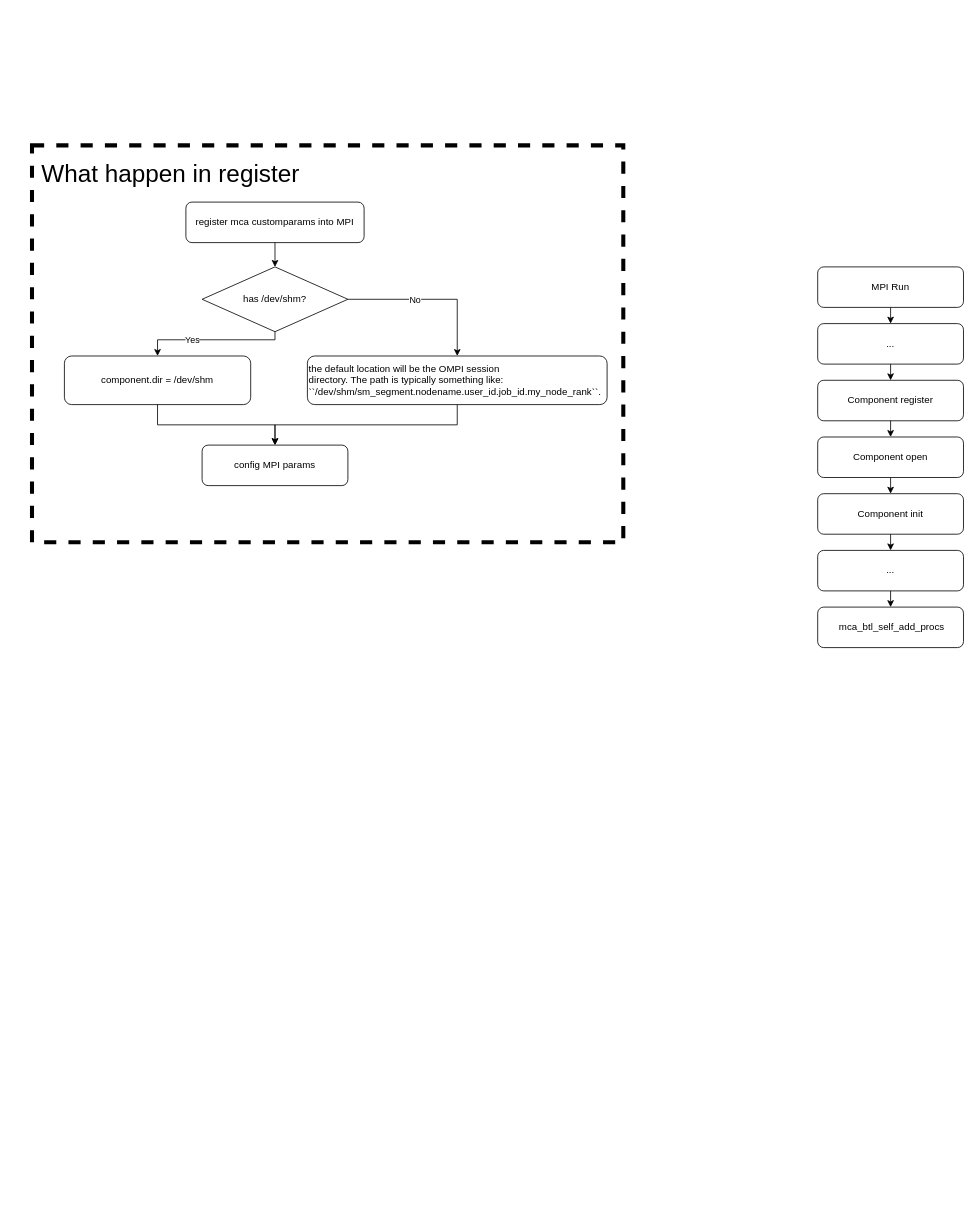
Troyself/img-design-draw-io keeps this draw.io diagram as ompi/sm-component-flow.drawio. Above is the earlier version. Source tidied: cells renumbered, new cells numbered last; positions are measured from the earlier drawing's top-left corner, leaving out a move shared by most shapes. Both pictures are drawn from the tidied source at 81%, with x=0, y=0 at pixel (32, 145).
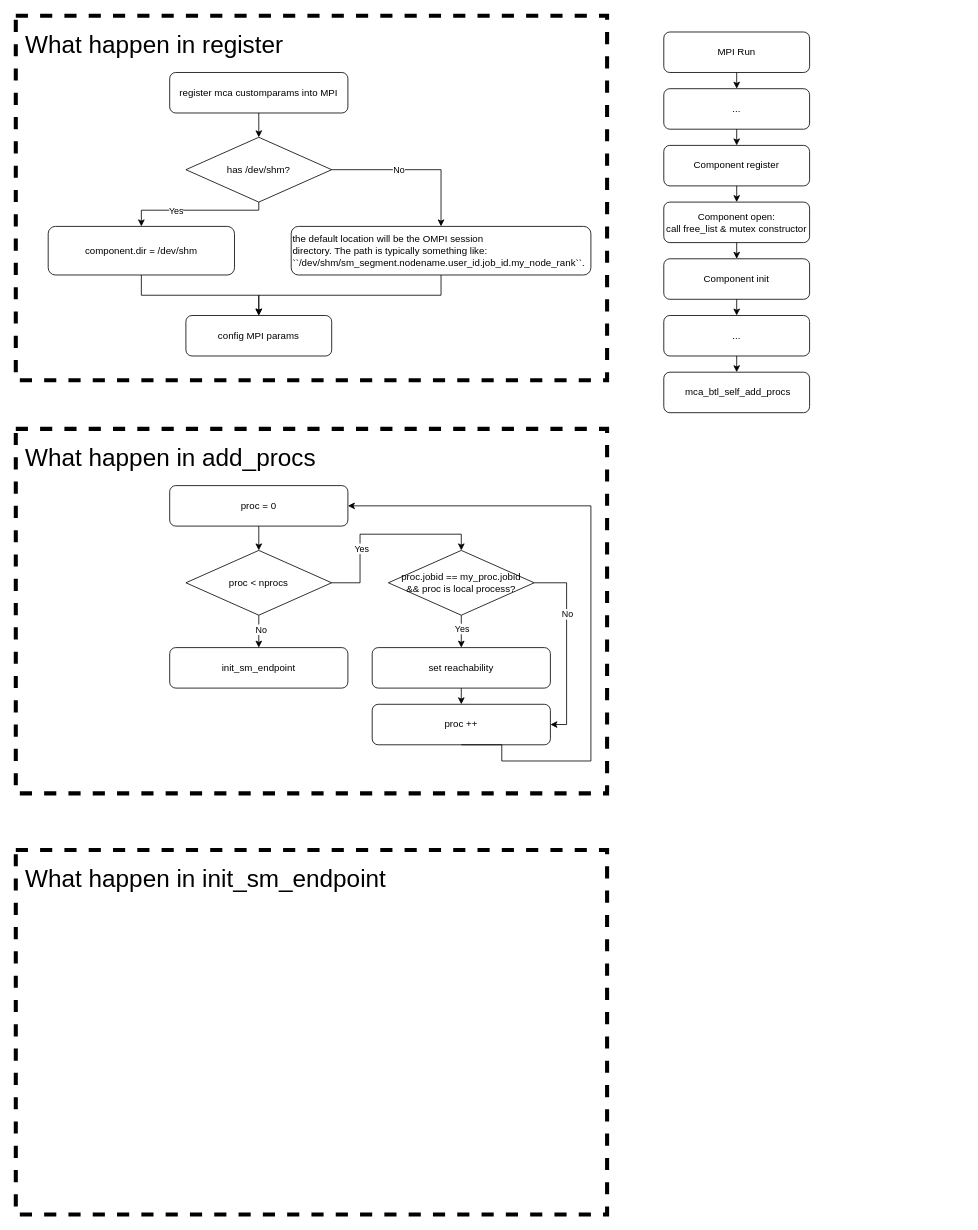
After the change.

The edit, as a diff of the source:
```diff
@@
+    <mxCell id="29" style="rounded=0;whiteSpace=wrap;html=1;fillColor=none;dashed=1;strokeWidth=5;" parent="1" vertex="1">
+      <mxGeometry x="-20" y="350" width="730" height="450" as="geometry" />
+    </mxCell>
     <mxCell id="2" style="rounded=0;whiteSpace=wrap;html=1;fillColor=none;dashed=1;strokeWidth=5;" parent="1" vertex="1">
-      <mxGeometry width="730" height="490" as="geometry" />
+      <mxGeometry x="-20" y="-160" width="730" height="450" as="geometry" />
     </mxCell>
@@
     <mxCell id="4" value="MPI Run" style="rounded=1;whiteSpace=wrap;html=1;fillColor=none;" parent="1" vertex="1">
-      <mxGeometry x="970" y="150" width="180" height="50" as="geometry" />
+      <mxGeometry x="780" y="-140" width="180" height="50" as="geometry" />
     </mxCell>
@@
     <mxCell id="6" value="..." style="rounded=1;whiteSpace=wrap;html=1;fillColor=none;" parent="1" vertex="1">
-      <mxGeometry x="970" y="220" width="180" height="50" as="geometry" />
+      <mxGeometry x="780" y="-70" width="180" height="50" as="geometry" />
     </mxCell>
@@
     <mxCell id="8" value="Component register" style="rounded=1;whiteSpace=wrap;html=1;fillColor=none;" parent="1" vertex="1">
-      <mxGeometry x="970" y="290" width="180" height="50" as="geometry" />
+      <mxGeometry x="780" width="180" height="50" as="geometry" />
     </mxCell>
@@
-    <mxCell id="10" value="Component open" style="rounded=1;whiteSpace=wrap;html=1;fillColor=none;" parent="1" vertex="1">
-      <mxGeometry x="970" y="360" width="180" height="50" as="geometry" />
+    <mxCell id="10" value="Component open:&lt;div&gt;call free_list &amp;amp; mutex constructor&lt;/div&gt;" style="rounded=1;whiteSpace=wrap;html=1;fillColor=none;" parent="1" vertex="1">
+      <mxGeometry x="780" y="70" width="180" height="50" as="geometry" />
     </mxCell>
@@
     <mxCell id="12" value="Component init" style="rounded=1;whiteSpace=wrap;html=1;fillColor=none;" parent="1" vertex="1">
-      <mxGeometry x="970" y="430" width="180" height="50" as="geometry" />
+      <mxGeometry x="780" y="140" width="180" height="50" as="geometry" />
     </mxCell>
@@
     <mxCell id="14" value="..." style="rounded=1;whiteSpace=wrap;html=1;fillColor=none;" parent="1" vertex="1">
-      <mxGeometry x="970" y="500" width="180" height="50" as="geometry" />
+      <mxGeometry x="780" y="210" width="180" height="50" as="geometry" />
     </mxCell>
     <mxCell id="15" value="&amp;nbsp;mca_btl_self_add_procs" style="rounded=1;whiteSpace=wrap;html=1;fillColor=none;" parent="1" vertex="1">
-      <mxGeometry x="970" y="570" width="180" height="50" as="geometry" />
+      <mxGeometry x="780" y="280" width="180" height="50" as="geometry" />
     </mxCell>
@@
     <mxCell id="17" value="register mca customparams into MPI" style="rounded=1;whiteSpace=wrap;html=1;fillColor=none;" parent="1" vertex="1">
-      <mxGeometry x="190" y="70" width="220" height="50" as="geometry" />
+      <mxGeometry x="170" y="-90" width="220" height="50" as="geometry" />
     </mxCell>
     <mxCell id="18" style="edgeStyle=orthogonalEdgeStyle;rounded=0;jettySize=auto;html=1;exitX=0.5;exitY=1;exitDx=0;exitDy=0;" parent="1" edge="1" source="22" target="24">
       <mxGeometry relative="1" as="geometry">
         <Array as="points">
-          <mxPoint x="300" y="240" />
-          <mxPoint x="155" y="240" />
+          <mxPoint x="280" y="80" />
+          <mxPoint x="135" y="80" />
         </Array>
       </mxGeometry>
     </mxCell>
@@
     <mxCell id="22" value="has /dev/shm?" style="rhombus;whiteSpace=wrap;html=1;" parent="1" vertex="1">
-      <mxGeometry x="210" y="150" width="180" height="80" as="geometry" />
+      <mxGeometry x="190" y="-10" width="180" height="80" as="geometry" />
     </mxCell>
@@
     <mxCell id="24" value="component.dir = /dev/shm" style="rounded=1;whiteSpace=wrap;html=1;fillColor=none;" parent="1" vertex="1">
-      <mxGeometry x="40" y="260" width="230" height="60" as="geometry" />
+      <mxGeometry x="20" y="100" width="230" height="60" as="geometry" />
     </mxCell>
@@
     <mxCell id="26" value="&lt;div&gt;&lt;span style=&quot;background-color: transparent; color: light-dark(rgb(0, 0, 0), rgb(255, 255, 255));&quot;&gt;the default location will be the OMPI session&lt;/span&gt;&lt;/div&gt;&lt;div style=&quot;&quot;&gt;directory. The path is typically something like:&lt;/div&gt;&lt;div&gt;``/dev/shm/sm_segment.nodename.user_id.job_id.my_node_rank``.&lt;/div&gt;" style="rounded=1;whiteSpace=wrap;html=1;fillColor=none;align=left;" parent="1" vertex="1">
-      <mxGeometry x="340" y="260" width="370" height="60" as="geometry" />
+      <mxGeometry x="320" y="100" width="370" height="60" as="geometry" />
     </mxCell>
     <mxCell id="27" value="config MPI params" style="rounded=1;whiteSpace=wrap;html=1;fillColor=none;" parent="1" vertex="1">
-      <mxGeometry x="210" y="370" width="180" height="50" as="geometry" />
+      <mxGeometry x="190" y="210" width="180" height="50" as="geometry" />
     </mxCell>
     <mxCell id="28" value="What happen in register" style="text;html=1;align=left;verticalAlign=middle;whiteSpace=wrap;rounded=0;fontSize=30;" parent="1" vertex="1">
-      <mxGeometry x="10" y="20" width="390" height="30" as="geometry" />
+      <mxGeometry x="-10" y="-140" width="390" height="30" as="geometry" />
     </mxCell>
+    <mxCell id="30" style="edgeStyle=orthogonalEdgeStyle;rounded=0;jettySize=auto;html=1;exitX=0.5;exitY=1;exitDx=0;exitDy=0;entryX=0.5;entryY=0;entryDx=0;entryDy=0;" parent="1" edge="1" source="31" target="36">
+      <mxGeometry relative="1" as="geometry" />
+    </mxCell>
+    <mxCell id="31" value="proc = 0" style="rounded=1;whiteSpace=wrap;html=1;fillColor=none;" parent="1" vertex="1">
+      <mxGeometry x="170" y="420" width="220" height="50" as="geometry" />
+    </mxCell>
+    <mxCell id="32" style="edgeStyle=orthogonalEdgeStyle;rounded=0;jettySize=auto;html=1;exitX=1;exitY=0.5;exitDx=0;exitDy=0;entryX=0.5;entryY=0;entryDx=0;entryDy=0;" parent="1" edge="1" source="36" target="42">
+      <mxGeometry relative="1" as="geometry" />
+    </mxCell>
+    <mxCell id="33" value="Yes" style="edgeLabel;html=1;align=center;verticalAlign=middle;" parent="32" vertex="1">
+      <mxGeometry x="-0.35" y="-1" relative="1" as="geometry" />
+    </mxCell>
+    <mxCell id="34" style="edgeStyle=orthogonalEdgeStyle;rounded=0;jettySize=auto;html=1;exitX=0.5;exitY=1;exitDx=0;exitDy=0;entryX=0.5;entryY=0;entryDx=0;entryDy=0;" parent="1" edge="1" source="36" target="43">
+      <mxGeometry relative="1" as="geometry" />
+    </mxCell>
+    <mxCell id="35" value="No" style="edgeLabel;html=1;align=center;verticalAlign=middle;" parent="34" vertex="1">
+      <mxGeometry x="-0.13" y="2" relative="1" as="geometry" />
+    </mxCell>
+    <mxCell id="36" value="proc &amp;lt; nprocs" style="rhombus;whiteSpace=wrap;html=1;fillColor=none;" parent="1" vertex="1">
+      <mxGeometry x="190" y="500" width="180" height="80" as="geometry" />
+    </mxCell>
+    <mxCell id="37" value="What happen in add_procs" style="text;html=1;align=left;verticalAlign=middle;whiteSpace=wrap;rounded=0;fontSize=30;" parent="1" vertex="1">
+      <mxGeometry x="-10" y="370" width="390" height="30" as="geometry" />
+    </mxCell>
+    <mxCell id="38" style="edgeStyle=orthogonalEdgeStyle;rounded=0;jettySize=auto;html=1;exitX=0.5;exitY=1;exitDx=0;exitDy=0;entryX=0.5;entryY=0;entryDx=0;entryDy=0;" parent="1" edge="1" source="42" target="45">
+      <mxGeometry relative="1" as="geometry" />
+    </mxCell>
+    <mxCell id="39" value="Yes" style="edgeLabel;html=1;align=center;verticalAlign=middle;" parent="38" vertex="1">
+      <mxGeometry x="-0.19" relative="1" as="geometry" />
+    </mxCell>
+    <mxCell id="40" style="edgeStyle=orthogonalEdgeStyle;rounded=0;jettySize=auto;html=1;exitX=1;exitY=0.5;exitDx=0;exitDy=0;entryX=1;entryY=0.5;entryDx=0;entryDy=0;" parent="1" edge="1" source="42" target="47">
+      <mxGeometry relative="1" as="geometry" />
+    </mxCell>
+    <mxCell id="41" value="No" style="edgeLabel;html=1;align=center;verticalAlign=middle;" parent="40" vertex="1">
+      <mxGeometry x="-0.34" relative="1" as="geometry" />
+    </mxCell>
+    <mxCell id="42" value="proc.jobid == my_proc.jobid&lt;div&gt;&amp;amp;&amp;amp; proc is local process?&lt;/div&gt;" style="rhombus;whiteSpace=wrap;html=1;fillColor=none;" parent="1" vertex="1">
+      <mxGeometry x="440" y="500" width="180" height="80" as="geometry" />
+    </mxCell>
+    <mxCell id="43" value="init_sm_endpoint" style="rounded=1;whiteSpace=wrap;html=1;fillColor=none;" parent="1" vertex="1">
+      <mxGeometry x="170" y="620" width="220" height="50" as="geometry" />
+    </mxCell>
+    <mxCell id="44" style="edgeStyle=orthogonalEdgeStyle;rounded=0;jettySize=auto;html=1;exitX=0.5;exitY=1;exitDx=0;exitDy=0;entryX=0.5;entryY=0;entryDx=0;entryDy=0;" parent="1" edge="1" source="45" target="47">
+      <mxGeometry relative="1" as="geometry" />
+    </mxCell>
+    <mxCell id="45" value="set reachability" style="rounded=1;whiteSpace=wrap;html=1;fillColor=none;" parent="1" vertex="1">
+      <mxGeometry x="420" y="620" width="220" height="50" as="geometry" />
+    </mxCell>
+    <mxCell id="46" style="edgeStyle=orthogonalEdgeStyle;rounded=0;jettySize=auto;html=1;exitX=0.5;exitY=1;exitDx=0;exitDy=0;entryX=1;entryY=0.5;entryDx=0;entryDy=0;" parent="1" edge="1" source="47" target="31">
+      <mxGeometry relative="1" as="geometry">
+        <Array as="points">
+          <mxPoint x="580" y="740" />
+          <mxPoint x="580" y="760" />
+          <mxPoint x="690" y="760" />
+          <mxPoint x="690" y="445" />
+        </Array>
+      </mxGeometry>
+    </mxCell>
+    <mxCell id="47" value="proc ++" style="rounded=1;whiteSpace=wrap;html=1;fillColor=none;" parent="1" vertex="1">
+      <mxGeometry x="420" y="690" width="220" height="50" as="geometry" />
+    </mxCell>
+    <mxCell id="48" style="rounded=0;whiteSpace=wrap;html=1;fillColor=none;dashed=1;strokeWidth=5;" parent="1" vertex="1">
+      <mxGeometry x="-20" y="870" width="730" height="450" as="geometry" />
+    </mxCell>
+    <mxCell id="49" value="What happen in init_sm_endpoint" style="text;html=1;align=left;verticalAlign=middle;whiteSpace=wrap;rounded=0;fontSize=30;" parent="1" vertex="1">
+      <mxGeometry x="-10" y="890" width="490" height="30" as="geometry" />
+    </mxCell>
```
